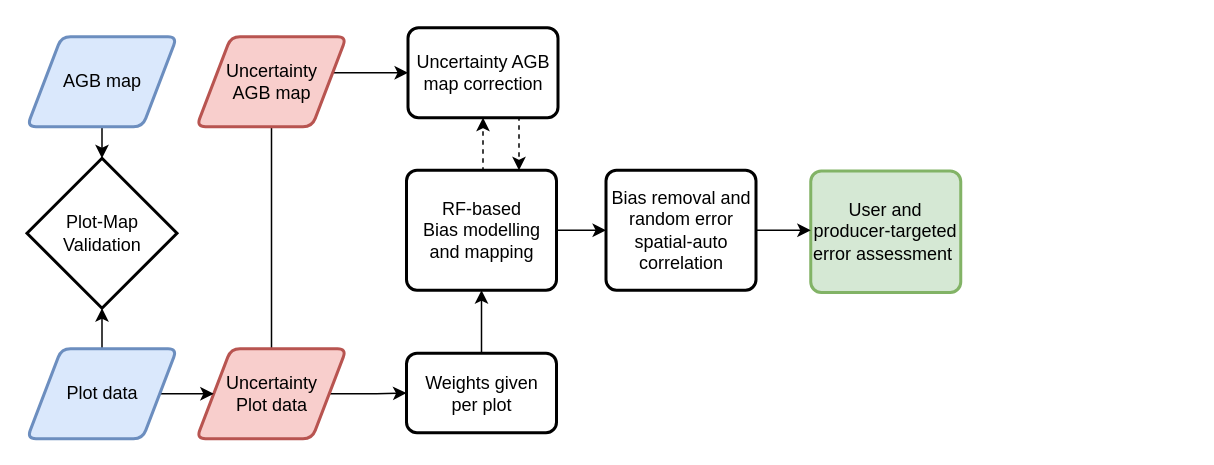
The draw.io diagram Untitled Diagram.drawio in arnanaraza/diagrams, before the edit. Source tidied: cells renumbered, new cells numbered last; positions are measured from the earlier drawing's top-left corner, leaving out a move shared by most shapes. Both pictures are drawn from the tidied source at 150%, with x=0, y=0 at pixel (27, 27).
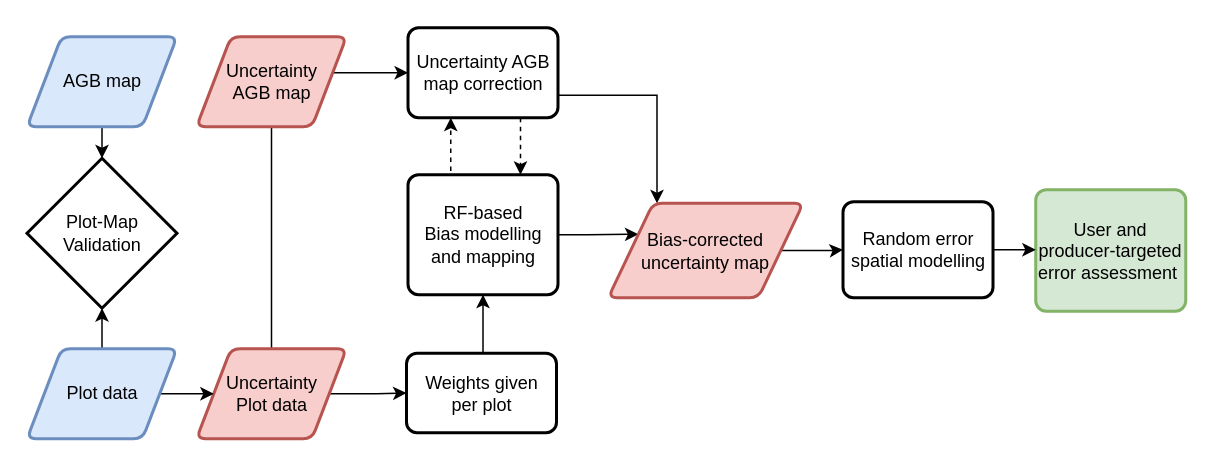
The same page after the edit.

Unchanged cells that the change refers to:
```xml
<mxCell id="8" value="Uncertainty AGB map correction" style="rounded=1;whiteSpace=wrap;html=1;absoluteArcSize=1;arcSize=14;strokeWidth=2;" parent="1" vertex="1">
  <mxGeometry x="253.5" width="100" height="60" as="geometry" />
</mxCell>
```

What changed in the source:
```diff
@@
+    <mxCell id="22" style="edgeStyle=orthogonalEdgeStyle;rounded=0;jettySize=auto;html=1;exitX=1;exitY=0.75;exitDx=0;exitDy=0;entryX=0.25;entryY=0;entryDx=0;entryDy=0;" parent="1" edge="1" source="8" target="25">
+      <mxGeometry relative="1" as="geometry" />
+    </mxCell>
@@
-    <mxCell id="9" style="edgeStyle=orthogonalEdgeStyle;rounded=0;jettySize=auto;html=1;exitX=0.5;exitY=0;exitDx=0;exitDy=0;entryX=0.5;entryY=1;entryDx=0;entryDy=0;dashed=1;" parent="1" edge="1" source="11" target="8">
-      <mxGeometry relative="1" as="geometry" />
+    <mxCell id="9" style="edgeStyle=orthogonalEdgeStyle;rounded=0;jettySize=auto;html=1;exitX=0.25;exitY=0;exitDx=0;exitDy=0;dashed=1;" parent="1" edge="1" source="11">
+      <mxGeometry relative="1" as="geometry">
+        <mxPoint x="282" y="60" as="targetPoint" />
+        <Array as="points">
+          <mxPoint x="282" y="98" />
+          <mxPoint x="282" y="60" />
+        </Array>
+      </mxGeometry>
     </mxCell>
-    <mxCell id="10" style="edgeStyle=orthogonalEdgeStyle;rounded=0;jettySize=auto;html=1;exitX=1;exitY=0.5;exitDx=0;exitDy=0;entryX=0;entryY=0.5;entryDx=0;entryDy=0;" parent="1" edge="1" source="11" target="21">
-      <mxGeometry relative="1" as="geometry" />
-    </mxCell>
+    <mxCell id="23" style="edgeStyle=orthogonalEdgeStyle;rounded=0;jettySize=auto;html=1;exitX=1;exitY=0.5;exitDx=0;exitDy=0;entryX=0;entryY=0.25;entryDx=0;entryDy=0;" parent="1" edge="1" source="11" target="25">
+      <mxGeometry relative="1" as="geometry" />
+    </mxCell>
     <mxCell id="11" value="RF-based &lt;br&gt;Bias modelling and mapping" style="rounded=1;whiteSpace=wrap;html=1;absoluteArcSize=1;arcSize=14;strokeWidth=2;" parent="1" vertex="1">
-      <mxGeometry x="252.5" y="95" width="100" height="80" as="geometry" />
+      <mxGeometry x="253.5" y="98" width="100" height="80" as="geometry" />
     </mxCell>
@@
     <mxCell id="13" value="User and producer-targeted error assessment&amp;nbsp;" style="rounded=1;whiteSpace=wrap;html=1;absoluteArcSize=1;arcSize=14;strokeWidth=2;fillColor=#d5e8d4;strokeColor=#82b366;" parent="1" vertex="1">
-      <mxGeometry x="522" y="95.5" width="100" height="81" as="geometry" />
+      <mxGeometry x="672" y="108" width="100" height="81" as="geometry" />
     </mxCell>
@@
-    <mxCell id="21" value="Bias removal and random error spatial-auto correlation" style="rounded=1;whiteSpace=wrap;html=1;absoluteArcSize=1;arcSize=14;strokeWidth=2;" parent="1" vertex="1">
-      <mxGeometry x="385.5" y="95" width="100" height="80" as="geometry" />
+    <mxCell id="21" value="Random error spatial modelling" style="rounded=1;whiteSpace=wrap;html=1;absoluteArcSize=1;arcSize=14;strokeWidth=2;" parent="1" vertex="1">
+      <mxGeometry x="543.5" y="116" width="100" height="64" as="geometry" />
     </mxCell>
+    <mxCell id="24" style="edgeStyle=orthogonalEdgeStyle;rounded=0;jettySize=auto;html=1;exitX=1;exitY=0.5;exitDx=0;exitDy=0;entryX=0;entryY=0.5;entryDx=0;entryDy=0;" parent="1" edge="1" source="25" target="21">
+      <mxGeometry relative="1" as="geometry" />
+    </mxCell>
+    <mxCell id="25" value="Bias-corrected uncertainty map" style="shape=parallelogram;html=1;strokeWidth=2;perimeter=parallelogramPerimeter;whiteSpace=wrap;rounded=1;arcSize=12;size=0.23;fillColor=#f8cecc;strokeColor=#b85450;" parent="1" vertex="1">
+      <mxGeometry x="387" y="117" width="130" height="63" as="geometry" />
+    </mxCell>
```
